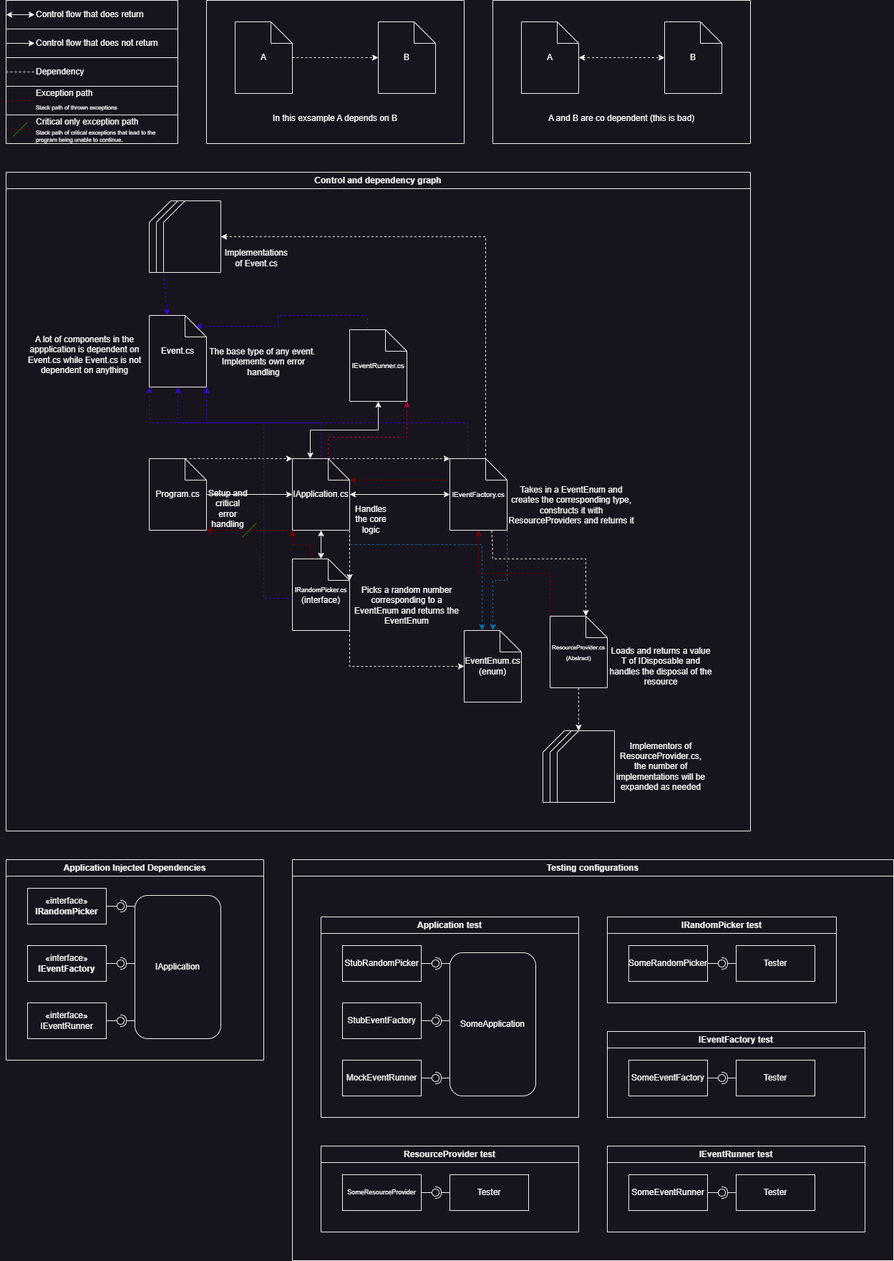
Earlier version of the draw.io export Images/ArchitectureRedesignPlan.drawio.png (SakuraKade/DoingALittleTrolling). Source tidied: cells renumbered, new cells last; positions are measured from the earlier drawing's top-left corner, leaving out a move shared by most shapes.
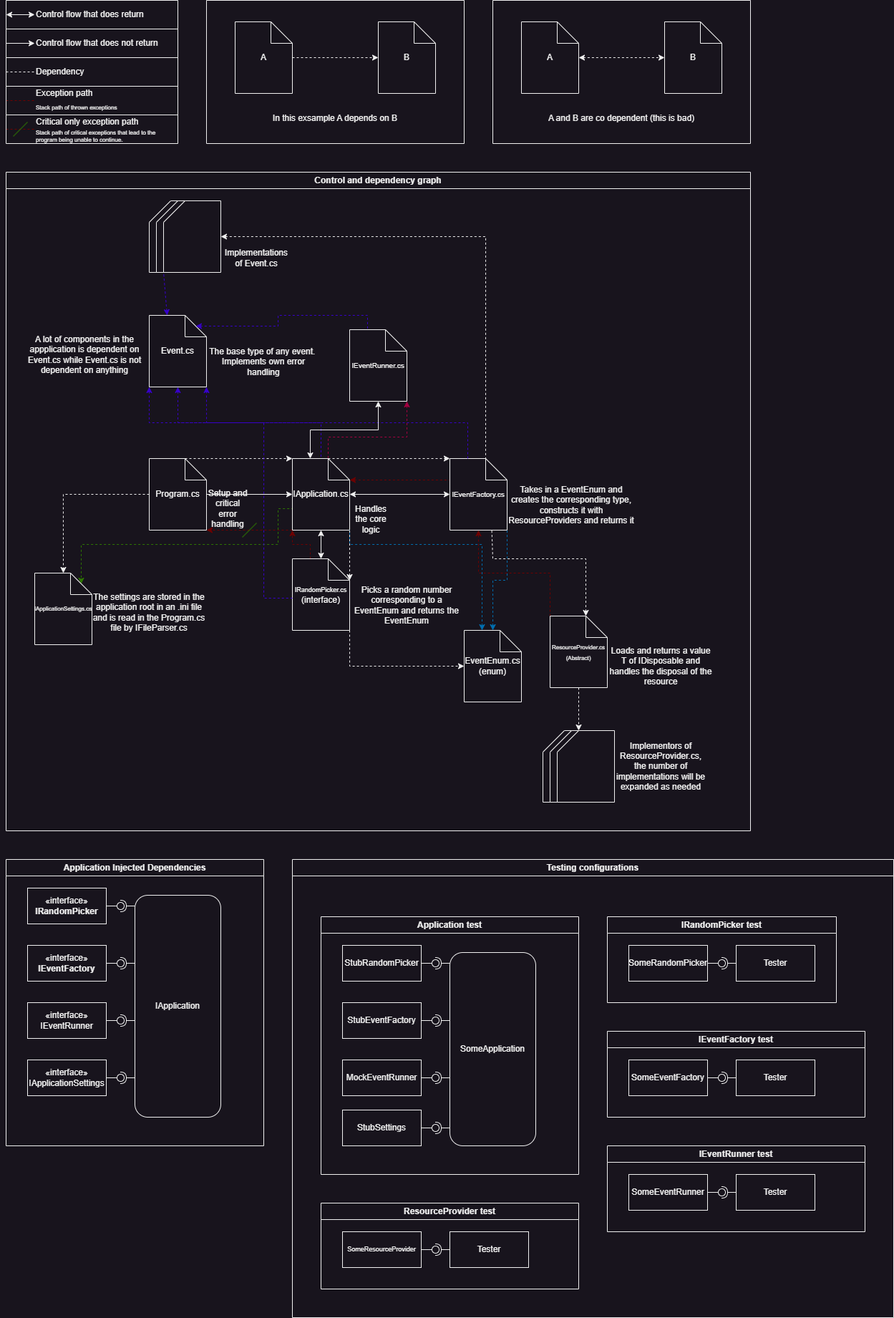
After the change.

The edit, as a diff of the source:
```diff
@@ -107,6 +107,9 @@
     <mxCell id="30" value="Control and dependency graph" style="swimlane;whiteSpace=wrap;html=1;" parent="1" vertex="1">
       <mxGeometry y="240" width="1040" height="920" as="geometry" />
     </mxCell>
+    <mxCell id="131" style="edgeStyle=orthogonalEdgeStyle;rounded=0;jettySize=auto;html=1;entryX=0.5;entryY=0;entryDx=0;entryDy=0;entryPerimeter=0;dashed=1;" parent="30" edge="1" source="31" target="133">
+      <mxGeometry relative="1" as="geometry" />
+    </mxCell>
     <mxCell id="31" value="Program.cs" style="shape=note;whiteSpace=wrap;html=1;backgroundOutline=1;darkOpacity=0.05;" parent="30" vertex="1">
       <mxGeometry x="200" y="400" width="80" height="100" as="geometry" />
     </mxCell>
@@ -118,11 +121,27 @@
         </Array>
       </mxGeometry>
     </mxCell>
+    <mxCell id="132" style="edgeStyle=orthogonalEdgeStyle;rounded=0;jettySize=auto;html=1;exitX=0.014;exitY=0.712;exitDx=0;exitDy=0;exitPerimeter=0;entryX=0;entryY=0;entryDx=65;entryDy=15;entryPerimeter=0;dashed=1;fillColor=#60a917;strokeColor=#2D7600;" parent="30" edge="1" source="33" target="133">
+      <mxGeometry relative="1" as="geometry">
+        <Array as="points">
+          <mxPoint x="400" y="471" />
+          <mxPoint x="400" y="470" />
+          <mxPoint x="380" y="470" />
+          <mxPoint x="380" y="520" />
+          <mxPoint x="105" y="520" />
+        </Array>
+      </mxGeometry>
+    </mxCell>
     <mxCell id="33" value="IApplication.cs" style="shape=note;whiteSpace=wrap;html=1;backgroundOutline=1;darkOpacity=0.05;" parent="30" vertex="1">
       <mxGeometry x="400" y="400" width="80" height="100" as="geometry" />
     </mxCell>
     <mxCell id="34" style="edgeStyle=orthogonalEdgeStyle;rounded=0;jettySize=auto;html=1;entryX=0;entryY=0.5;entryDx=0;entryDy=0;entryPerimeter=0;" parent="30" edge="1" source="31" target="33">
-      <mxGeometry relative="1" as="geometry" />
+      <mxGeometry relative="1" as="geometry">
+        <Array as="points">
+          <mxPoint x="390" y="450" />
+          <mxPoint x="390" y="450" />
+        </Array>
+      </mxGeometry>
     </mxCell>
     <mxCell id="35" style="edgeStyle=orthogonalEdgeStyle;rounded=0;jettySize=auto;html=1;exitX=0;exitY=0;exitDx=25;exitDy=0;exitPerimeter=0;entryX=0;entryY=1;entryDx=0;entryDy=0;entryPerimeter=0;fillColor=#a20025;strokeColor=#6F0000;dashed=1;" parent="30" edge="1" source="36" target="33">
       <mxGeometry relative="1" as="geometry" />
@@ -283,11 +302,17 @@
     <mxCell id="77" value="A lot of components in the appplication is dependent on Event.cs while Event.cs is not dependent on anything" style="text;html=1;strokeColor=none;fillColor=none;align=center;verticalAlign=middle;whiteSpace=wrap;rounded=0;" parent="30" vertex="1">
       <mxGeometry x="20" y="200" width="180" height="110" as="geometry" />
     </mxCell>
+    <mxCell id="133" value="IApplicationSettings.cs" style="shape=note;whiteSpace=wrap;html=1;backgroundOutline=1;darkOpacity=0.05;fontSize=8;" parent="30" vertex="1">
+      <mxGeometry x="40" y="560" width="80" height="100" as="geometry" />
+    </mxCell>
+    <mxCell id="134" value="The settings are stored in the application root in an .ini file and is read in the Program.cs file by IFileParser.cs" style="text;html=1;strokeColor=none;fillColor=none;align=center;verticalAlign=middle;whiteSpace=wrap;rounded=0;" parent="30" vertex="1">
+      <mxGeometry x="120" y="570" width="160" height="90" as="geometry" />
+    </mxCell>
     <mxCell id="78" value="Application Injected Dependencies" style="swimlane;whiteSpace=wrap;html=1;" parent="1" vertex="1">
-      <mxGeometry y="1200" width="360" height="280" as="geometry" />
+      <mxGeometry y="1200" width="360" height="400" as="geometry" />
     </mxCell>
     <mxCell id="79" value="IApplication" style="rounded=1;whiteSpace=wrap;html=1;" parent="78" vertex="1">
-      <mxGeometry x="180" y="50" width="120" height="200" as="geometry" />
+      <mxGeometry x="180" y="50" width="120" height="310" as="geometry" />
     </mxCell>
     <mxCell id="80" value="«interface»&lt;br&gt;&lt;b&gt;IRandomPicker&lt;/b&gt;" style="html=1;whiteSpace=wrap;" parent="78" vertex="1">
       <mxGeometry x="30" y="40" width="110" height="50" as="geometry" />
@@ -337,14 +362,30 @@
     <mxCell id="91" style="ellipse;whiteSpace=wrap;html=1;align=center;fillColor=none;strokeColor=none;perimeter=centerPerimeter;points=[];outlineConnect=1;" parent="78" vertex="1">
       <mxGeometry x="155" y="220" width="10" height="10" as="geometry" />
     </mxCell>
+    <mxCell id="135" style="rounded=0;jettySize=auto;html=1;endArrow=halfCircle;endFill=0;endSize=6;strokeWidth=1;sketch=0;" parent="78" edge="1" target="137">
+      <mxGeometry relative="1" as="geometry">
+        <mxPoint x="180" y="305" as="sourcePoint" />
+      </mxGeometry>
+    </mxCell>
+    <mxCell id="136" style="rounded=0;jettySize=auto;html=1;endArrow=oval;endFill=0;sketch=0;sourcePerimeterSpacing=0;targetPerimeterSpacing=0;endSize=10;" parent="78" edge="1" target="137">
+      <mxGeometry relative="1" as="geometry">
+        <mxPoint x="140" y="305" as="sourcePoint" />
+      </mxGeometry>
+    </mxCell>
+    <mxCell id="137" style="ellipse;whiteSpace=wrap;html=1;align=center;fillColor=none;strokeColor=none;perimeter=centerPerimeter;points=[];outlineConnect=1;" parent="78" vertex="1">
+      <mxGeometry x="155" y="300" width="10" height="10" as="geometry" />
+    </mxCell>
+    <mxCell id="138" value="«interface»&lt;br&gt;IApplicationSettings" style="html=1;whiteSpace=wrap;" parent="78" vertex="1">
+      <mxGeometry x="30" y="280" width="110" height="50" as="geometry" />
+    </mxCell>
     <mxCell id="92" value="Testing configurations" style="swimlane;whiteSpace=wrap;html=1;" parent="1" vertex="1">
-      <mxGeometry x="400" y="1200" width="840" height="560" as="geometry" />
+      <mxGeometry x="400" y="1200" width="840" height="640" as="geometry" />
     </mxCell>
     <mxCell id="93" value="Application test" style="swimlane;whiteSpace=wrap;html=1;" parent="92" vertex="1">
-      <mxGeometry x="40" y="80" width="360" height="280" as="geometry" />
+      <mxGeometry x="40" y="80" width="360" height="360" as="geometry" />
     </mxCell>
     <mxCell id="94" value="SomeApplication" style="rounded=1;whiteSpace=wrap;html=1;" parent="93" vertex="1">
-      <mxGeometry x="180" y="50" width="120" height="200" as="geometry" />
+      <mxGeometry x="180" y="50" width="120" height="270" as="geometry" />
     </mxCell>
     <mxCell id="95" style="rounded=0;jettySize=auto;html=1;endArrow=halfCircle;endFill=0;endSize=6;strokeWidth=1;sketch=0;" parent="93" edge="1" target="97">
       <mxGeometry relative="1" as="geometry">
@@ -394,6 +435,22 @@
     <mxCell id="106" value="MockEventRunner" style="html=1;whiteSpace=wrap;" parent="93" vertex="1">
       <mxGeometry x="30" y="200" width="110" height="50" as="geometry" />
     </mxCell>
+    <mxCell id="139" style="rounded=0;jettySize=auto;html=1;endArrow=halfCircle;endFill=0;endSize=6;strokeWidth=1;sketch=0;" parent="93" edge="1" target="141">
+      <mxGeometry relative="1" as="geometry">
+        <mxPoint x="180" y="295" as="sourcePoint" />
+      </mxGeometry>
+    </mxCell>
+    <mxCell id="140" style="rounded=0;jettySize=auto;html=1;endArrow=oval;endFill=0;sketch=0;sourcePerimeterSpacing=0;targetPerimeterSpacing=0;endSize=10;" parent="93" edge="1" target="141">
+      <mxGeometry relative="1" as="geometry">
+        <mxPoint x="140" y="295" as="sourcePoint" />
+      </mxGeometry>
+    </mxCell>
+    <mxCell id="141" style="ellipse;whiteSpace=wrap;html=1;align=center;fillColor=none;strokeColor=none;perimeter=centerPerimeter;points=[];outlineConnect=1;" parent="93" vertex="1">
+      <mxGeometry x="155" y="290" width="10" height="10" as="geometry" />
+    </mxCell>
+    <mxCell id="142" value="StubSettings" style="html=1;whiteSpace=wrap;" parent="93" vertex="1">
+      <mxGeometry x="30" y="270" width="110" height="50" as="geometry" />
+    </mxCell>
     <mxCell id="107" value="IRandomPicker test" style="swimlane;whiteSpace=wrap;html=1;" parent="92" vertex="1">
       <mxGeometry x="440" y="80" width="320" height="120" as="geometry" />
     </mxCell>
@@ -461,7 +518,7 @@
       <mxGeometry x="180" y="40" width="110" height="50" as="geometry" />
     </mxCell>
     <mxCell id="125" value="ResourceProvider test" style="swimlane;whiteSpace=wrap;html=1;" parent="92" vertex="1">
-      <mxGeometry x="40" y="400" width="360" height="120" as="geometry" />
+      <mxGeometry x="40" y="480" width="360" height="120" as="geometry" />
     </mxCell>
     <mxCell id="126" style="rounded=0;jettySize=auto;html=1;endArrow=halfCircle;endFill=0;endSize=6;strokeWidth=1;sketch=0;" parent="125" edge="1" target="128">
       <mxGeometry relative="1" as="geometry">
```
